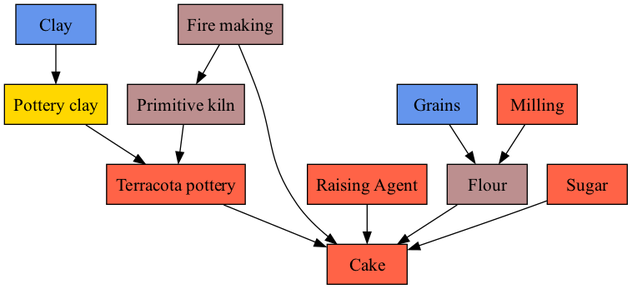
The Graphviz diagram book/techtree.png in ninakali/ninakali.github.io, before a commit. Its source is kept beside it as book/techtree.dot. Source of this version:
```dot
/*
 * The invention, discovery and technology tree for The Knowledge Book project
 *
 * Colour scheme:
 * - cornflowerblue - naturally occuring
 * - gold - fully reproducible
 * - rosybrown - some data available, but not fully reproducible yet
 * - tomato - not reproducible yet
 * -
 */

digraph {
    node [fontsize=16 width=1 shape=box style=filled]

    clay            [label="Clay" fillcolor=cornflowerblue]
    clay->workable_clay
    workable_clay   [label="Pottery clay" fillcolor=gold]

    firemaking      [label="Fire making" fillcolor=rosybrown]

    firemaking->primitive_kiln
    primitive_kiln  [label="Primitive kiln" fillcolor=rosybrown]

    primitive_kiln->terracota
    workable_clay->terracota
    terracota       [label="Terracota pottery" fillcolor=tomato]

    grains          [label="Grains" fillcolor=cornflowerblue]
    milling         [label="Milling" fillcolor=tomato]

    raising_agent   [label="Raising Agent" fillcolor=tomato]

    grains->flour
    milling->flour
    flour           [label="Flour" fillcolor=rosybrown]
    sugar           [label="Sugar" fillcolor=tomato]

    flour->cake
    sugar->cake
    raising_agent->cake
    terracota->cake /* Can't make a cake on a stick */
    firemaking->cake
    cake            [label="Cake" fillcolor=tomato]
}
```
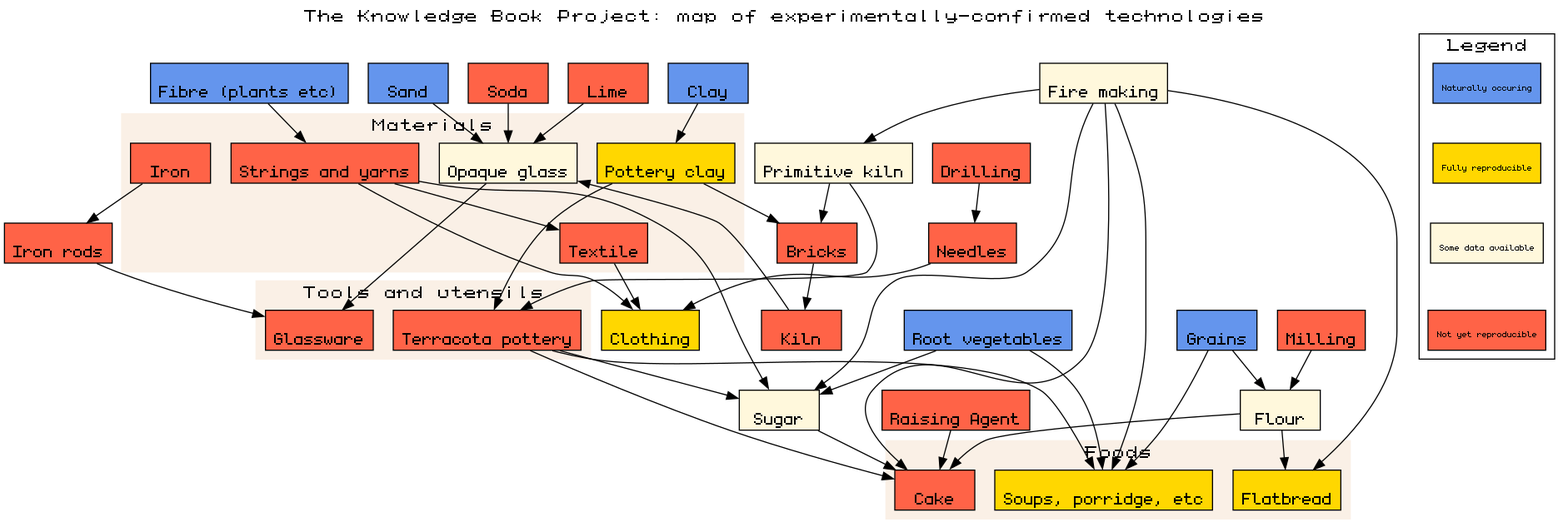
After the change.

Commit message:
A bit more of tech

Change to the diagram source:
```diff
@@ -4,41 +4,147 @@
  * Colour scheme:
  * - cornflowerblue - naturally occuring
  * - gold - fully reproducible
- * - rosybrown - some data available, but not fully reproducible yet
+ * - cornsilk - some data available, but not fully reproducible yet
  * - tomato - not reproducible yet
  * -
  */
 
 digraph {
-    node [fontsize=16 width=1 shape=box style=filled]
+    fontname="insigbyte"
+    fontsize=12
+    labelloc="t"
+    label="The Knowledge Book Project: map of experimentally-confirmed technologies"
 
-    clay            [label="Clay" fillcolor=cornflowerblue]
-    clay->workable_clay
-    workable_clay   [label="Pottery clay" fillcolor=gold]
+    node [fontsize=24 fontname="monogram" width=1 shape=box style=filled]
 
-    firemaking      [label="Fire making" fillcolor=rosybrown]
+    subgraph tech {
 
-    firemaking->primitive_kiln
-    primitive_kiln  [label="Primitive kiln" fillcolor=rosybrown]
+        clay            [label="Clay" fillcolor=cornflowerblue]
+        clay->workable_clay
 
-    primitive_kiln->terracota
-    workable_clay->terracota
-    terracota       [label="Terracota pottery" fillcolor=tomato]
+        firemaking      [label="Fire making" fillcolor=cornsilk]
 
-    grains          [label="Grains" fillcolor=cornflowerblue]
-    milling         [label="Milling" fillcolor=tomato]
+        firemaking->primitive_kiln
+        primitive_kiln  [label="Primitive kiln" fillcolor=cornsilk]
 
-    raising_agent   [label="Raising Agent" fillcolor=tomato]
+        primitive_kiln->terracota
+        workable_clay->terracota
 
-    grains->flour
-    milling->flour
-    flour           [label="Flour" fillcolor=rosybrown]
-    sugar           [label="Sugar" fillcolor=tomato]
+        workable_clay->bricks
+        primitive_kiln->bricks
+        bricks          [label="Bricks" fillcolor=tomato]
 
-    flour->cake
-    sugar->cake
-    raising_agent->cake
-    terracota->cake /* Can't make a cake on a stick */
-    firemaking->cake
-    cake            [label="Cake" fillcolor=tomato]
+        bricks->kiln
+        kiln            [label="Kiln" fillcolor=tomato]
+
+        grains          [label="Grains" fillcolor=cornflowerblue]
+        milling         [label="Milling" fillcolor=tomato]
+
+        raising_agent   [label="Raising Agent" fillcolor=tomato]
+
+        grains->flour
+        milling->flour
+        flour           [label="Flour" fillcolor=cornsilk]
+
+        root_vegs->sugar
+        root_vegs       [label="Root vegetables" fillcolor=cornflowerblue]
+        string->sugar
+        firemaking->sugar
+        terracota->sugar
+        sugar           [label="Sugar" fillcolor=cornsilk]
+
+        flour->cake
+        sugar->cake
+        raising_agent->cake
+        terracota->cake /* Can't make a cake on a stick */
+        firemaking->cake
+
+        firemaking->flatbread
+        flour->flatbread
+
+        root_vegs->soup_porridge
+        grains->soup_porridge
+        terracota->soup_porridge
+        firemaking->soup_porridge
+
+        soda            [label="Soda" fillcolor=tomato]
+        lime            [label="Lime" fillcolor=tomato]
+        sand            [label="Sand" fillcolor=cornflowerblue]
+
+        soda->glass
+        lime->glass
+        sand->glass
+        kiln->glass
+
+
+        iron->iron_rods
+        iron_rods           [label="Iron rods" fillcolor=tomato]
+        glass->glassware
+        iron_rods->glassware
+
+
+        fibrous             [label="Fibre (plants etc)" fillcolor=cornflowerblue]
+        fibrous->string
+
+        string->textile
+
+        string->clothes
+        textile->clothes
+        needle->clothes
+
+        drilling->needle
+
+        drilling            [label="Drilling" fillcolor=tomato]
+        needle              [label="Needles" fillcolor=tomato]
+        clothes             [label="Clothing" fillcolor=gold]
+
+        subgraph cluster_food {
+            style=filled;
+            color=linen;
+
+            label = "Foods";
+
+            flatbread       [label="Flatbread" fillcolor=gold]
+            cake            [label="Cake" fillcolor=tomato]
+            soup_porridge   [label="Soups, porridge, etc" fillcolor=gold]
+        }
+
+        subgraph cluster_materials {
+            style=filled;
+            color=linen;
+
+            label = "Materials";
+
+            glass           [label="Opaque glass" fillcolor=cornsilk]
+            workable_clay   [label="Pottery clay" fillcolor=gold]
+            iron            [label="Iron" fillcolor=tomato]
+            textile         [label="Textile" fillcolor=tomato]
+            string          [label="Strings and yarns" fillcolor=tomato]
+        }
+
+        subgraph cluster_utensil {
+            style=filled;
+            color=linen;
+
+            label = "Tools and utensils";
+
+            terracota       [label="Terracota pottery" fillcolor=tomato]
+            glassware       [label="Glassware" fillcolor=tomato]
+        }
+    } /* end tech subgraph */
+
+
+    subgraph cluster_legend {
+        label = "Legend"
+        node [fontsize=12 width=1 shape=box style=filled]
+
+        natural         [label="Naturally occuring" fillcolor=cornflowerblue]
+        repro           [label="Fully reproducible" fillcolor=gold]
+        some        [label="Some data available" fillcolor=cornsilk]
+        notyet          [label="Not yet reproducible" fillcolor=tomato]
+
+        natural->repro->some->notyet [style="invis"]
+
+    } /* end legend */
+
 }
```
